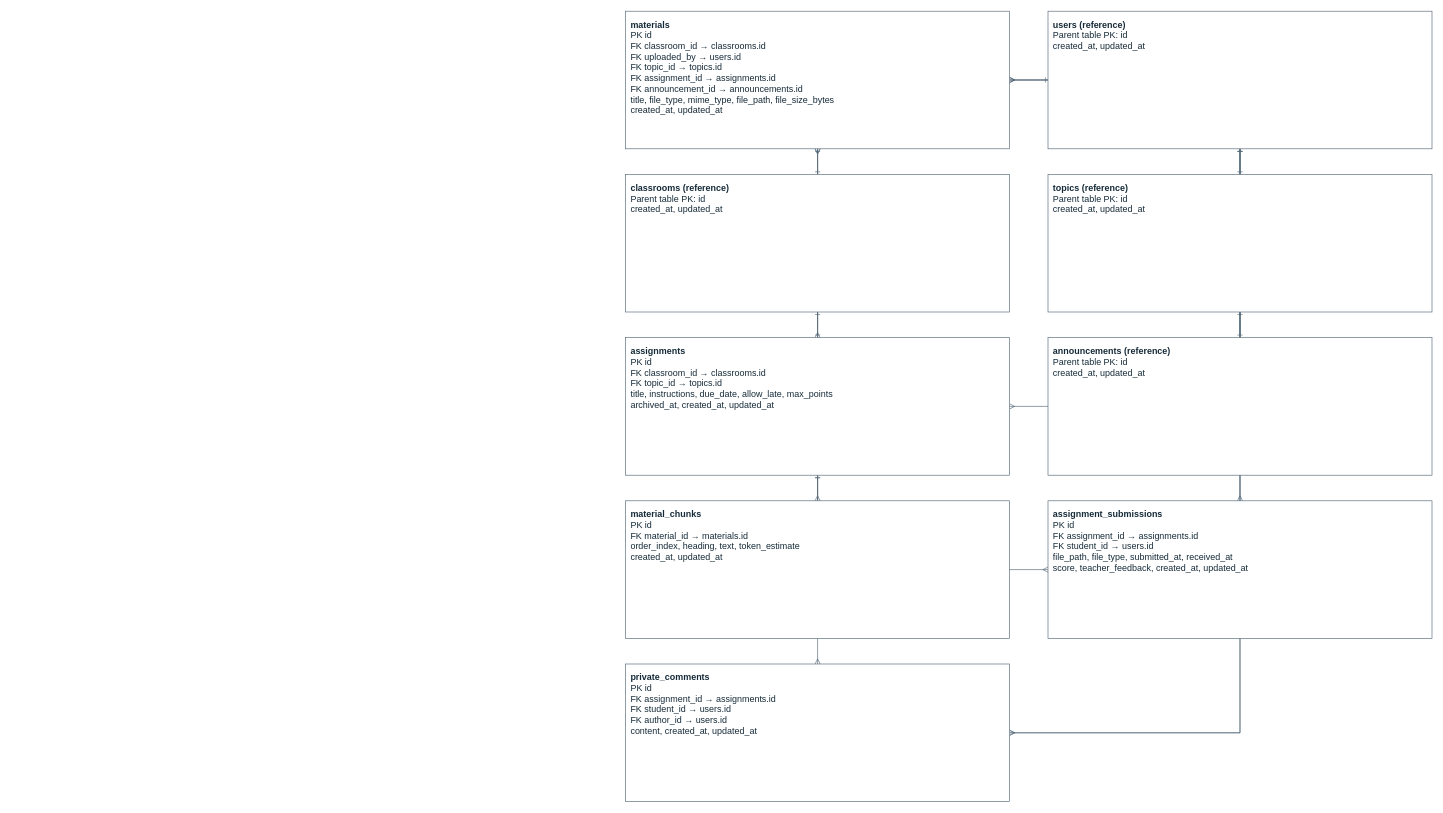
Above: docs/thesis/chapter-3/diagrams/erd-classwork.drawio in BootlegYouki/L.A.R.A (draw.io), before the change. Source tidied: cells renumbered, new cells numbered last; positions are measured from the earlier drawing's top-left corner, leaving out a move shared by most shapes. Both pictures are drawn from the tidied source at 64%, with x=0, y=0 at pixel (625, 11).
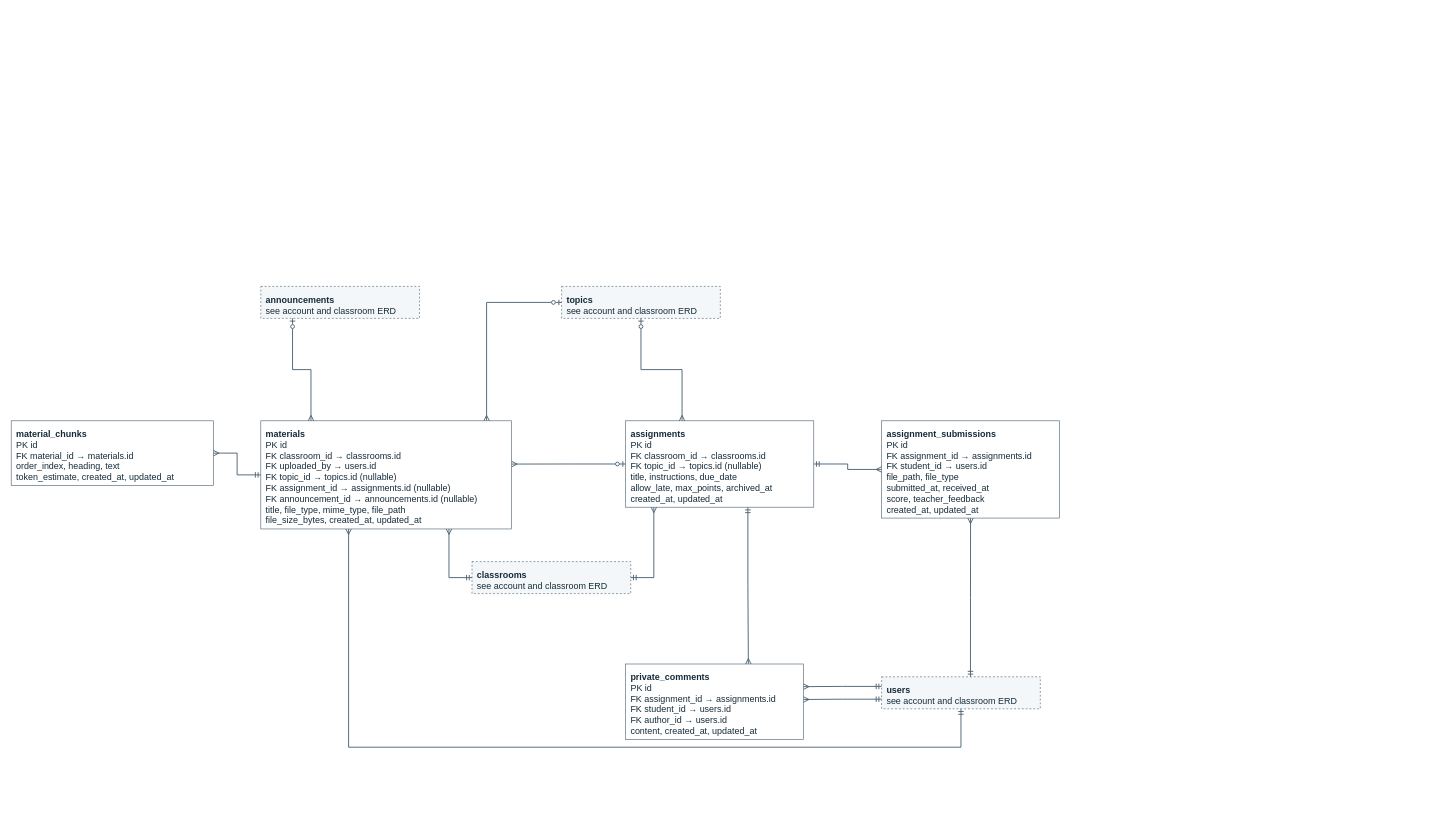
The same page after the edit.

Diff of the diagram source:
```diff
@@
-    <mxCell id="2" style="edgeStyle=orthogonalEdgeStyle;rounded=0;jettySize=auto;html=1;strokeColor=#526777;endArrow=ERone;startArrow=ERmany;startFill=0;endFill=0;" parent="1" edge="1" source="15" target="17">
-      <mxGeometry relative="1" as="geometry" />
-    </mxCell>
-    <mxCell id="3" style="edgeStyle=orthogonalEdgeStyle;rounded=0;jettySize=auto;html=1;strokeColor=#526777;endArrow=ERone;startArrow=ERmany;startFill=0;endFill=0;" parent="1" edge="1" source="15" target="16">
-      <mxGeometry relative="1" as="geometry" />
-    </mxCell>
-    <mxCell id="4" style="edgeStyle=orthogonalEdgeStyle;rounded=0;jettySize=auto;html=1;strokeColor=#526777;endArrow=ERone;startArrow=ERmany;startFill=0;endFill=0;" parent="1" edge="1" source="15" target="18">
-      <mxGeometry relative="1" as="geometry" />
-    </mxCell>
-    <mxCell id="5" style="edgeStyle=orthogonalEdgeStyle;rounded=0;jettySize=auto;html=1;strokeColor=#526777;endArrow=ERone;startArrow=ERmany;startFill=0;endFill=0;" parent="1" edge="1" source="15" target="19">
-      <mxGeometry relative="1" as="geometry" />
-    </mxCell>
-    <mxCell id="6" style="edgeStyle=orthogonalEdgeStyle;rounded=0;jettySize=auto;html=1;strokeColor=#526777;endArrow=ERone;startArrow=ERmany;startFill=0;endFill=0;" parent="1" edge="1" source="15" target="20">
-      <mxGeometry relative="1" as="geometry" />
-    </mxCell>
-    <mxCell id="7" style="edgeStyle=orthogonalEdgeStyle;rounded=0;jettySize=auto;html=1;strokeColor=#526777;endArrow=ERone;startArrow=ERmany;startFill=0;endFill=0;" parent="1" edge="1" source="21" target="15">
-      <mxGeometry relative="1" as="geometry" />
-    </mxCell>
-    <mxCell id="8" style="edgeStyle=orthogonalEdgeStyle;rounded=0;jettySize=auto;html=1;strokeColor=#526777;endArrow=ERone;startArrow=ERmany;startFill=0;endFill=0;" parent="1" edge="1" source="19" target="17">
-      <mxGeometry relative="1" as="geometry" />
-    </mxCell>
-    <mxCell id="9" style="edgeStyle=orthogonalEdgeStyle;rounded=0;jettySize=auto;html=1;strokeColor=#526777;endArrow=ERone;startArrow=ERmany;startFill=0;endFill=0;" parent="1" edge="1" source="19" target="18">
-      <mxGeometry relative="1" as="geometry" />
-    </mxCell>
-    <mxCell id="10" style="edgeStyle=orthogonalEdgeStyle;rounded=0;jettySize=auto;html=1;strokeColor=#526777;endArrow=ERone;startArrow=ERmany;startFill=0;endFill=0;" parent="1" edge="1" source="22" target="19">
-      <mxGeometry relative="1" as="geometry" />
-    </mxCell>
-    <mxCell id="11" style="edgeStyle=orthogonalEdgeStyle;rounded=0;jettySize=auto;html=1;strokeColor=#526777;endArrow=ERone;startArrow=ERmany;startFill=0;endFill=0;" parent="1" edge="1" source="22" target="16">
-      <mxGeometry relative="1" as="geometry" />
-    </mxCell>
-    <mxCell id="12" style="edgeStyle=orthogonalEdgeStyle;rounded=0;jettySize=auto;html=1;strokeColor=#526777;endArrow=ERone;startArrow=ERmany;startFill=0;endFill=0;" parent="1" edge="1" source="23" target="19">
-      <mxGeometry relative="1" as="geometry" />
-    </mxCell>
-    <mxCell id="13" style="edgeStyle=orthogonalEdgeStyle;rounded=0;jettySize=auto;html=1;strokeColor=#526777;endArrow=ERone;startArrow=ERmany;startFill=0;endFill=0;" parent="1" edge="1" source="23" target="16">
-      <mxGeometry relative="1" as="geometry" />
-    </mxCell>
-    <mxCell id="14" style="edgeStyle=orthogonalEdgeStyle;rounded=0;jettySize=auto;html=1;strokeColor=#526777;endArrow=ERone;startArrow=ERmany;startFill=0;endFill=0;" parent="1" edge="1" source="23" target="16">
-      <mxGeometry relative="1" as="geometry" />
-    </mxCell>
-    <mxCell id="15" value="&lt;b&gt;materials&lt;/b&gt;&lt;br&gt;PK id&lt;br&gt;FK classroom_id → classrooms.id&lt;br&gt;FK uploaded_by → users.id&lt;br&gt;FK topic_id → topics.id&lt;br&gt;FK assignment_id → assignments.id&lt;br&gt;FK announcement_id → announcements.id&lt;br&gt;title, file_type, mime_type, file_path, file_size_bytes&lt;br&gt;created_at, updated_at" style="rounded=0;whiteSpace=wrap;html=1;fillColor=#ffffff;strokeColor=#526777;fontColor=#152a38;fontSize=14;align=left;verticalAlign=top;spacing=8;" parent="1" vertex="1">
-      <mxGeometry width="600" height="215" as="geometry" />
-    </mxCell>
-    <mxCell id="16" value="&lt;b&gt;users (reference)&lt;/b&gt;&lt;br&gt;Parent table PK: id&lt;br&gt;created_at, updated_at" style="rounded=0;whiteSpace=wrap;html=1;fillColor=#ffffff;strokeColor=#526777;fontColor=#152a38;fontSize=14;align=left;verticalAlign=top;spacing=8;" parent="1" vertex="1">
-      <mxGeometry x="660" width="600" height="215" as="geometry" />
-    </mxCell>
-    <mxCell id="17" value="&lt;b&gt;classrooms (reference)&lt;/b&gt;&lt;br&gt;Parent table PK: id&lt;br&gt;created_at, updated_at" style="rounded=0;whiteSpace=wrap;html=1;fillColor=#ffffff;strokeColor=#526777;fontColor=#152a38;fontSize=14;align=left;verticalAlign=top;spacing=8;" parent="1" vertex="1">
-      <mxGeometry y="255" width="600" height="215" as="geometry" />
-    </mxCell>
-    <mxCell id="18" value="&lt;b&gt;topics (reference)&lt;/b&gt;&lt;br&gt;Parent table PK: id&lt;br&gt;created_at, updated_at" style="rounded=0;whiteSpace=wrap;html=1;fillColor=#ffffff;strokeColor=#526777;fontColor=#152a38;fontSize=14;align=left;verticalAlign=top;spacing=8;" parent="1" vertex="1">
-      <mxGeometry x="660" y="255" width="600" height="215" as="geometry" />
-    </mxCell>
-    <mxCell id="19" value="&lt;b&gt;assignments&lt;/b&gt;&lt;br&gt;PK id&lt;br&gt;FK classroom_id → classrooms.id&lt;br&gt;FK topic_id → topics.id&lt;br&gt;title, instructions, due_date, allow_late, max_points&lt;br&gt;archived_at, created_at, updated_at" style="rounded=0;whiteSpace=wrap;html=1;fillColor=#ffffff;strokeColor=#526777;fontColor=#152a38;fontSize=14;align=left;verticalAlign=top;spacing=8;" parent="1" vertex="1">
-      <mxGeometry y="510" width="600" height="215" as="geometry" />
-    </mxCell>
-    <mxCell id="20" value="&lt;b&gt;announcements (reference)&lt;/b&gt;&lt;br&gt;Parent table PK: id&lt;br&gt;created_at, updated_at" style="rounded=0;whiteSpace=wrap;html=1;fillColor=#ffffff;strokeColor=#526777;fontColor=#152a38;fontSize=14;align=left;verticalAlign=top;spacing=8;" parent="1" vertex="1">
-      <mxGeometry x="660" y="510" width="600" height="215" as="geometry" />
-    </mxCell>
-    <mxCell id="21" value="&lt;b&gt;material_chunks&lt;/b&gt;&lt;br&gt;PK id&lt;br&gt;FK material_id → materials.id&lt;br&gt;order_index, heading, text, token_estimate&lt;br&gt;created_at, updated_at" style="rounded=0;whiteSpace=wrap;html=1;fillColor=#ffffff;strokeColor=#526777;fontColor=#152a38;fontSize=14;align=left;verticalAlign=top;spacing=8;" parent="1" vertex="1">
-      <mxGeometry y="765" width="600" height="215" as="geometry" />
-    </mxCell>
-    <mxCell id="22" value="&lt;b&gt;assignment_submissions&lt;/b&gt;&lt;br&gt;PK id&lt;br&gt;FK assignment_id → assignments.id&lt;br&gt;FK student_id → users.id&lt;br&gt;file_path, file_type, submitted_at, received_at&lt;br&gt;score, teacher_feedback, created_at, updated_at" style="rounded=0;whiteSpace=wrap;html=1;fillColor=#ffffff;strokeColor=#526777;fontColor=#152a38;fontSize=14;align=left;verticalAlign=top;spacing=8;" parent="1" vertex="1">
-      <mxGeometry x="660" y="765" width="600" height="215" as="geometry" />
-    </mxCell>
+    <mxCell id="24" value="&lt;b&gt;materials&lt;/b&gt;&lt;br&gt;PK id&lt;br&gt;FK classroom_id → classrooms.id&lt;br&gt;FK uploaded_by → users.id&lt;br&gt;FK topic_id → topics.id (nullable)&lt;br&gt;FK assignment_id → assignments.id (nullable)&lt;br&gt;FK announcement_id → announcements.id (nullable)&lt;br&gt;title, file_type, mime_type, file_path&lt;br&gt;file_size_bytes, created_at, updated_at" style="rounded=0;whiteSpace=wrap;html=1;fillColor=#ffffff;strokeColor=#526777;fontColor=#152a38;fontSize=14;align=left;verticalAlign=top;spacing=8;" parent="1" vertex="1">
+      <mxGeometry x="-570" y="640" width="392" height="169" as="geometry" />
+    </mxCell>
+    <mxCell id="25" value="&lt;b&gt;material_chunks&lt;/b&gt;&lt;br&gt;PK id&lt;br&gt;FK material_id → materials.id&lt;br&gt;order_index, heading, text&lt;br&gt;token_estimate, created_at, updated_at" style="rounded=0;whiteSpace=wrap;html=1;fillColor=#ffffff;strokeColor=#526777;fontColor=#152a38;fontSize=14;align=left;verticalAlign=top;spacing=8;" parent="1" vertex="1">
+      <mxGeometry x="-960" y="640" width="316" height="101" as="geometry" />
+    </mxCell>
+    <mxCell id="26" value="&lt;b&gt;assignments&lt;/b&gt;&lt;br&gt;PK id&lt;br&gt;FK classroom_id → classrooms.id&lt;br&gt;FK topic_id → topics.id (nullable)&lt;br&gt;title, instructions, due_date&lt;br&gt;allow_late, max_points, archived_at&lt;br&gt;created_at, updated_at" style="rounded=0;whiteSpace=wrap;html=1;fillColor=#ffffff;strokeColor=#526777;fontColor=#152a38;fontSize=14;align=left;verticalAlign=top;spacing=8;" parent="1" vertex="1">
+      <mxGeometry y="640" width="294" height="135" as="geometry" />
+    </mxCell>
+    <mxCell id="27" value="&lt;b&gt;assignment_submissions&lt;/b&gt;&lt;br&gt;PK id&lt;br&gt;FK assignment_id → assignments.id&lt;br&gt;FK student_id → users.id&lt;br&gt;file_path, file_type&lt;br&gt;submitted_at, received_at&lt;br&gt;score, teacher_feedback&lt;br&gt;created_at, updated_at" style="rounded=0;whiteSpace=wrap;html=1;fillColor=#ffffff;strokeColor=#526777;fontColor=#152a38;fontSize=14;align=left;verticalAlign=top;spacing=8;" parent="1" vertex="1">
+      <mxGeometry x="400" y="640" width="278" height="152" as="geometry" />
+    </mxCell>
     <mxCell id="23" value="&lt;b&gt;private_comments&lt;/b&gt;&lt;br&gt;PK id&lt;br&gt;FK assignment_id → assignments.id&lt;br&gt;FK student_id → users.id&lt;br&gt;FK author_id → users.id&lt;br&gt;content, created_at, updated_at" style="rounded=0;whiteSpace=wrap;html=1;fillColor=#ffffff;strokeColor=#526777;fontColor=#152a38;fontSize=14;align=left;verticalAlign=top;spacing=8;" parent="1" vertex="1">
-      <mxGeometry y="1020" width="600" height="215" as="geometry" />
+      <mxGeometry y="1020" width="278" height="118" as="geometry" />
     </mxCell>
+    <mxCell id="28" value="&lt;b&gt;announcements&lt;/b&gt;&lt;br&gt;see account and classroom ERD" style="rounded=0;whiteSpace=wrap;html=1;fillColor=#f4f7f9;strokeColor=#526777;fontColor=#152a38;fontSize=14;align=left;verticalAlign=top;spacing=8;dashed=1;" parent="1" vertex="1">
+      <mxGeometry x="-570" y="430" width="248" height="50" as="geometry" />
+    </mxCell>
+    <mxCell id="29" value="&lt;b&gt;topics&lt;/b&gt;&lt;br&gt;see account and classroom ERD" style="rounded=0;whiteSpace=wrap;html=1;fillColor=#f4f7f9;strokeColor=#526777;fontColor=#152a38;fontSize=14;align=left;verticalAlign=top;spacing=8;dashed=1;" parent="1" vertex="1">
+      <mxGeometry x="-100" y="430" width="248" height="50" as="geometry" />
+    </mxCell>
+    <mxCell id="30" value="&lt;b&gt;classrooms&lt;/b&gt;&lt;br&gt;see account and classroom ERD" style="rounded=0;whiteSpace=wrap;html=1;fillColor=#f4f7f9;strokeColor=#526777;fontColor=#152a38;fontSize=14;align=left;verticalAlign=top;spacing=8;dashed=1;" parent="1" vertex="1">
+      <mxGeometry x="-240" y="860" width="248" height="50" as="geometry" />
+    </mxCell>
+    <mxCell id="31" value="&lt;b&gt;users&lt;/b&gt;&lt;br&gt;see account and classroom ERD" style="rounded=0;whiteSpace=wrap;html=1;fillColor=#f4f7f9;strokeColor=#526777;fontColor=#152a38;fontSize=14;align=left;verticalAlign=top;spacing=8;dashed=1;" parent="1" vertex="1">
+      <mxGeometry x="400" y="1040" width="248" height="50" as="geometry" />
+    </mxCell>
+    <mxCell id="32" style="edgeStyle=orthogonalEdgeStyle;rounded=0;html=1;strokeColor=#526777;strokeWidth=1.5;startArrow=ERzeroToOne;endArrow=ERmany;startFill=0;endFill=0;fontSize=11;fontColor=#526777;labelBackgroundColor=#ffffff;exitX=0.2;exitY=1;exitDx=0;exitDy=0;entryX=0.2;entryY=0;entryDx=0;entryDy=0;" parent="1" edge="1" source="28" target="24">
+      <mxGeometry relative="1" as="geometry" />
+    </mxCell>
+    <mxCell id="33" style="edgeStyle=orthogonalEdgeStyle;rounded=0;html=1;strokeColor=#526777;strokeWidth=1.5;startArrow=ERzeroToOne;endArrow=ERmany;startFill=0;endFill=0;fontSize=11;fontColor=#526777;labelBackgroundColor=#ffffff;exitX=0;exitY=0.5;exitDx=0;exitDy=0;entryX=0.9;entryY=0;entryDx=0;entryDy=0;" parent="1" edge="1" source="29" target="24">
+      <mxGeometry relative="1" as="geometry" />
+    </mxCell>
+    <mxCell id="34" style="edgeStyle=orthogonalEdgeStyle;rounded=0;html=1;strokeColor=#526777;strokeWidth=1.5;startArrow=ERmandOne;endArrow=ERmany;startFill=0;endFill=0;fontSize=11;fontColor=#526777;labelBackgroundColor=#ffffff;exitX=0;exitY=0.5;exitDx=0;exitDy=0;entryX=0.75;entryY=1;entryDx=0;entryDy=0;" parent="1" edge="1" source="30" target="24">
+      <mxGeometry relative="1" as="geometry" />
+    </mxCell>
+    <mxCell id="35" style="edgeStyle=orthogonalEdgeStyle;rounded=0;html=1;strokeColor=#526777;strokeWidth=1.5;startArrow=ERmandOne;endArrow=ERmany;startFill=0;endFill=0;fontSize=11;fontColor=#526777;labelBackgroundColor=#ffffff;exitX=0.5;exitY=1;exitDx=0;exitDy=0;entryX=0.35;entryY=1;entryDx=0;entryDy=0;" parent="1" edge="1" source="31" target="24">
+      <mxGeometry relative="1" as="geometry">
+        <Array as="points">
+          <mxPoint x="524" y="1150" />
+          <mxPoint x="-433" y="1150" />
+        </Array>
+      </mxGeometry>
+    </mxCell>
+    <mxCell id="36" style="edgeStyle=orthogonalEdgeStyle;rounded=0;html=1;strokeColor=#526777;strokeWidth=1.5;startArrow=ERzeroToOne;endArrow=ERmany;startFill=0;endFill=0;fontSize=11;fontColor=#526777;labelBackgroundColor=#ffffff;exitX=0;exitY=0.5;exitDx=0;exitDy=0;entryX=1;entryY=0.4;entryDx=0;entryDy=0;" parent="1" edge="1" source="26" target="24">
+      <mxGeometry relative="1" as="geometry" />
+    </mxCell>
+    <mxCell id="37" style="edgeStyle=orthogonalEdgeStyle;rounded=0;html=1;strokeColor=#526777;strokeWidth=1.5;startArrow=ERmandOne;endArrow=ERmany;startFill=0;endFill=0;fontSize=11;fontColor=#526777;labelBackgroundColor=#ffffff;exitX=0;exitY=0.5;exitDx=0;exitDy=0;entryX=1;entryY=0.5;entryDx=0;entryDy=0;" parent="1" edge="1" source="24" target="25">
+      <mxGeometry relative="1" as="geometry" />
+    </mxCell>
+    <mxCell id="38" style="edgeStyle=orthogonalEdgeStyle;rounded=0;html=1;strokeColor=#526777;strokeWidth=1.5;startArrow=ERzeroToOne;endArrow=ERmany;startFill=0;endFill=0;fontSize=11;fontColor=#526777;labelBackgroundColor=#ffffff;exitX=0.5;exitY=1;exitDx=0;exitDy=0;entryX=0.3;entryY=0;entryDx=0;entryDy=0;" parent="1" edge="1" source="29" target="26">
+      <mxGeometry relative="1" as="geometry" />
+    </mxCell>
+    <mxCell id="39" style="edgeStyle=orthogonalEdgeStyle;rounded=0;html=1;strokeColor=#526777;strokeWidth=1.5;startArrow=ERmandOne;endArrow=ERmany;startFill=0;endFill=0;fontSize=11;fontColor=#526777;labelBackgroundColor=#ffffff;exitX=1;exitY=0.5;exitDx=0;exitDy=0;entryX=0.15;entryY=1;entryDx=0;entryDy=0;" parent="1" edge="1" source="30" target="26">
+      <mxGeometry relative="1" as="geometry" />
+    </mxCell>
+    <mxCell id="40" style="edgeStyle=orthogonalEdgeStyle;rounded=0;html=1;strokeColor=#526777;strokeWidth=1.5;startArrow=ERmandOne;endArrow=ERmany;startFill=0;endFill=0;fontSize=11;fontColor=#526777;labelBackgroundColor=#ffffff;exitX=1;exitY=0.5;exitDx=0;exitDy=0;entryX=0;entryY=0.5;entryDx=0;entryDy=0;" parent="1" edge="1" source="26" target="27">
+      <mxGeometry relative="1" as="geometry" />
+    </mxCell>
+    <mxCell id="41" style="edgeStyle=orthogonalEdgeStyle;rounded=0;html=1;strokeColor=#526777;strokeWidth=1.5;startArrow=ERmandOne;endArrow=ERmany;startFill=0;endFill=0;fontSize=11;fontColor=#526777;labelBackgroundColor=#ffffff;exitX=0.65;exitY=1;exitDx=0;exitDy=0;entryX=0.69;entryY=0;entryDx=0;entryDy=0;" parent="1" edge="1" source="26" target="23">
+      <mxGeometry relative="1" as="geometry" />
+    </mxCell>
+    <mxCell id="42" style="edgeStyle=orthogonalEdgeStyle;rounded=0;html=1;strokeColor=#526777;strokeWidth=1.5;startArrow=ERmandOne;endArrow=ERmany;startFill=0;endFill=0;fontSize=11;fontColor=#526777;labelBackgroundColor=#ffffff;exitX=0.56;exitY=0;exitDx=0;exitDy=0;entryX=0.5;entryY=1;entryDx=0;entryDy=0;" parent="1" edge="1" source="31" target="27">
+      <mxGeometry relative="1" as="geometry" />
+    </mxCell>
+    <mxCell id="43" style="edgeStyle=orthogonalEdgeStyle;rounded=0;html=1;strokeColor=#526777;strokeWidth=1.5;startArrow=ERmandOne;endArrow=ERmany;startFill=0;endFill=0;fontSize=11;fontColor=#526777;labelBackgroundColor=#ffffff;exitX=0;exitY=0.3;exitDx=0;exitDy=0;entryX=1;entryY=0.3;entryDx=0;entryDy=0;" parent="1" edge="1" source="31" target="23">
+      <mxGeometry relative="1" as="geometry" />
+    </mxCell>
+    <mxCell id="44" style="edgeStyle=orthogonalEdgeStyle;rounded=0;html=1;strokeColor=#526777;strokeWidth=1.5;startArrow=ERmandOne;endArrow=ERmany;startFill=0;endFill=0;fontSize=11;fontColor=#526777;labelBackgroundColor=#ffffff;exitX=0;exitY=0.7;exitDx=0;exitDy=0;entryX=1;entryY=0.47;entryDx=0;entryDy=0;" parent="1" edge="1" source="31" target="23">
+      <mxGeometry relative="1" as="geometry" />
+    </mxCell>
```
